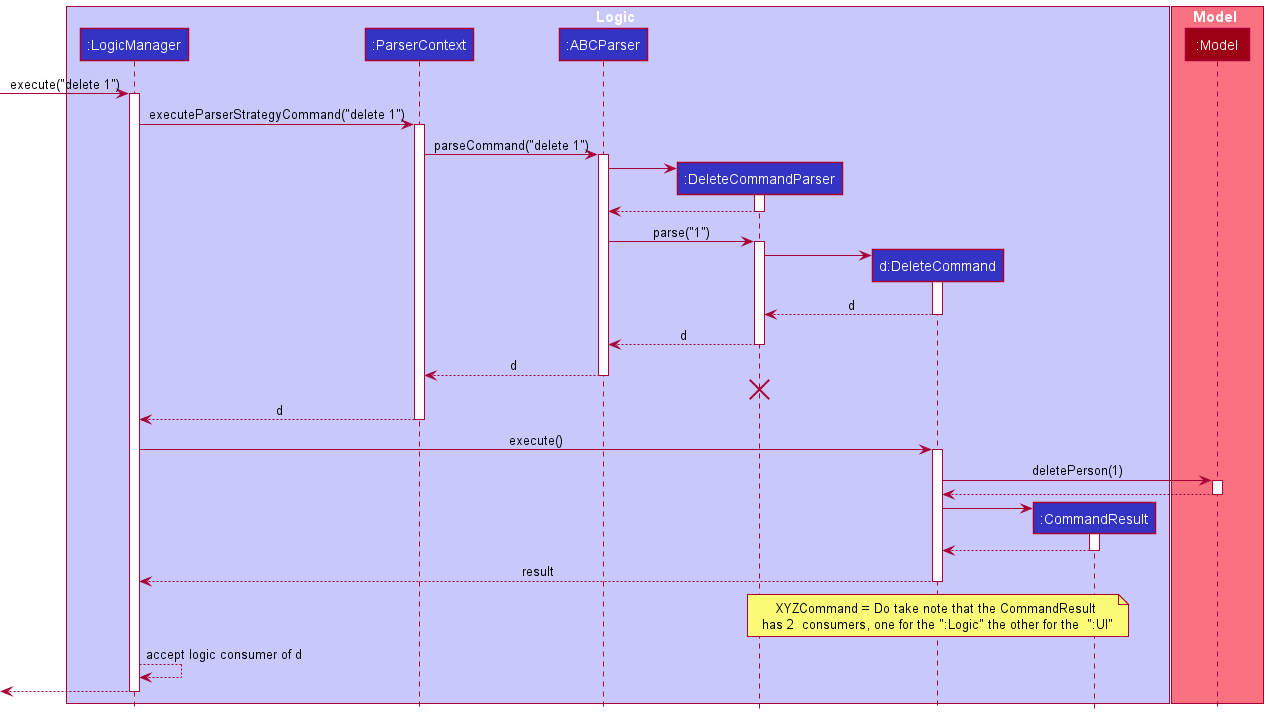
Above: docs/images/DeleteSequenceDiagram.png in sheehui/tp (PlantUML), before the change. Source of this version:
```plantuml
@startuml
!include style.puml

box Logic LOGIC_COLOR_T1
participant ":LogicManager" as LogicManager LOGIC_COLOR
participant ":ParserContext" as ParserContext LOGIC_COLOR
participant ":ABCParser" as ABCParser LOGIC_COLOR
participant ":DeleteCommandParser" as DeleteCommandParser LOGIC_COLOR
participant "d:DeleteCommand" as DeleteCommand LOGIC_COLOR
participant ":CommandResult" as CommandResult LOGIC_COLOR
end box

box Model MODEL_COLOR_T1
participant ":Model" as Model MODEL_COLOR
end box

[-> LogicManager : execute("delete 1")
activate LogicManager

LogicManager -> ParserContext: executeParserStrategyCommand("delete 1")
activate ParserContext

ParserContext -> ABCParser: parseCommand("delete 1")
activate ABCParser

create DeleteCommandParser
ABCParser -> DeleteCommandParser
activate DeleteCommandParser

DeleteCommandParser --> ABCParser
deactivate DeleteCommandParser

ABCParser -> DeleteCommandParser : parse("1")
activate DeleteCommandParser

create DeleteCommand
DeleteCommandParser -> DeleteCommand
activate DeleteCommand

DeleteCommand --> DeleteCommandParser : d
deactivate DeleteCommand

DeleteCommandParser --> ABCParser : d
deactivate DeleteCommandParser

ABCParser --> ParserContext : d
deactivate ABCParser

DeleteCommandParser -[hidden]-> ParserContext
destroy DeleteCommandParser

ParserContext --> LogicManager : d
deactivate ParserContext

LogicManager -> DeleteCommand : execute()
activate DeleteCommand

DeleteCommand -> Model : deletePerson(1)
activate Model

Model --> DeleteCommand
deactivate Model

create CommandResult
DeleteCommand -> CommandResult
activate CommandResult

CommandResult --> DeleteCommand
deactivate CommandResult

DeleteCommand --> LogicManager : result
deactivate DeleteCommand
note over of DeleteCommand: XYZCommand = Do take note that the CommandResult \nhas 2  consumers, one for the ":Logic" the other for the  ":UI"

LogicManager --> LogicManager: accept logic consumer of d

[<--LogicManager
deactivate LogicManager
@enduml
```
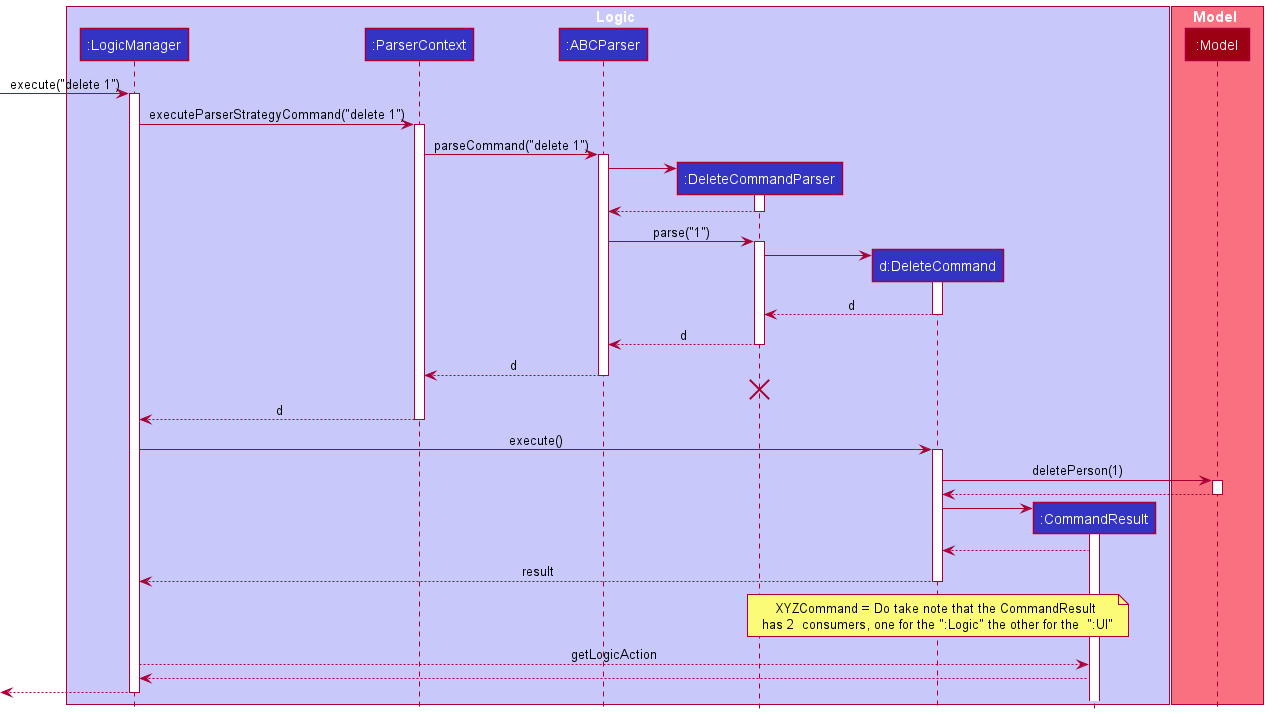
Later version of the same file.

Change to the diagram source:
```diff
@@ -66,13 +66,13 @@
 activate CommandResult
 
 CommandResult --> DeleteCommand
-deactivate CommandResult
 
 DeleteCommand --> LogicManager : result
 deactivate DeleteCommand
 note over of DeleteCommand: XYZCommand = Do take note that the CommandResult \nhas 2  consumers, one for the ":Logic" the other for the  ":UI"
 
-LogicManager --> LogicManager: accept logic consumer of d
+LogicManager --> CommandResult: getLogicAction
+CommandResult --> LogicManager:
 
 [<--LogicManager
 deactivate LogicManager
```
